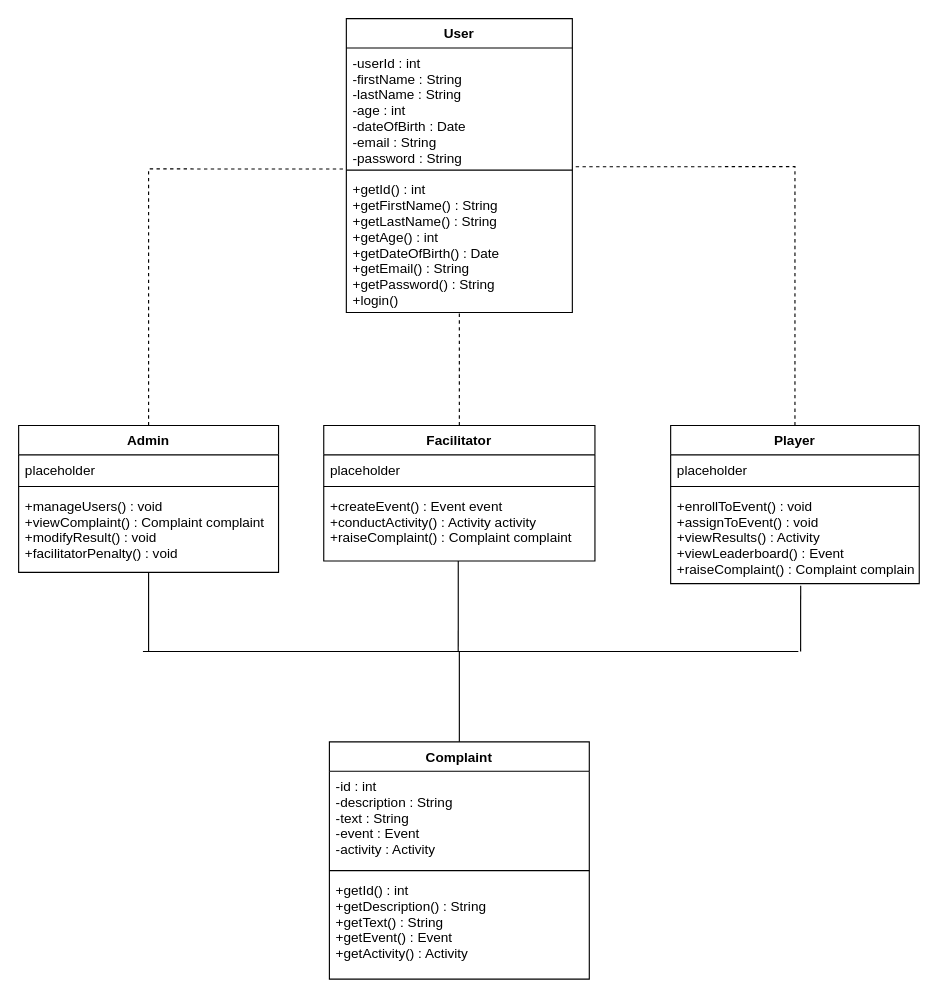
Before: Andrei/Users class diagram.drawio in Leonathal/MSS-ASS, a draw.io diagram. Source tidied: cells renumbered, new cells numbered last; positions are measured from the earlier drawing's top-left corner, leaving out a move shared by most shapes. Both pictures are drawn from the tidied source at 113%, with x=0, y=0 at pixel (18, 18).
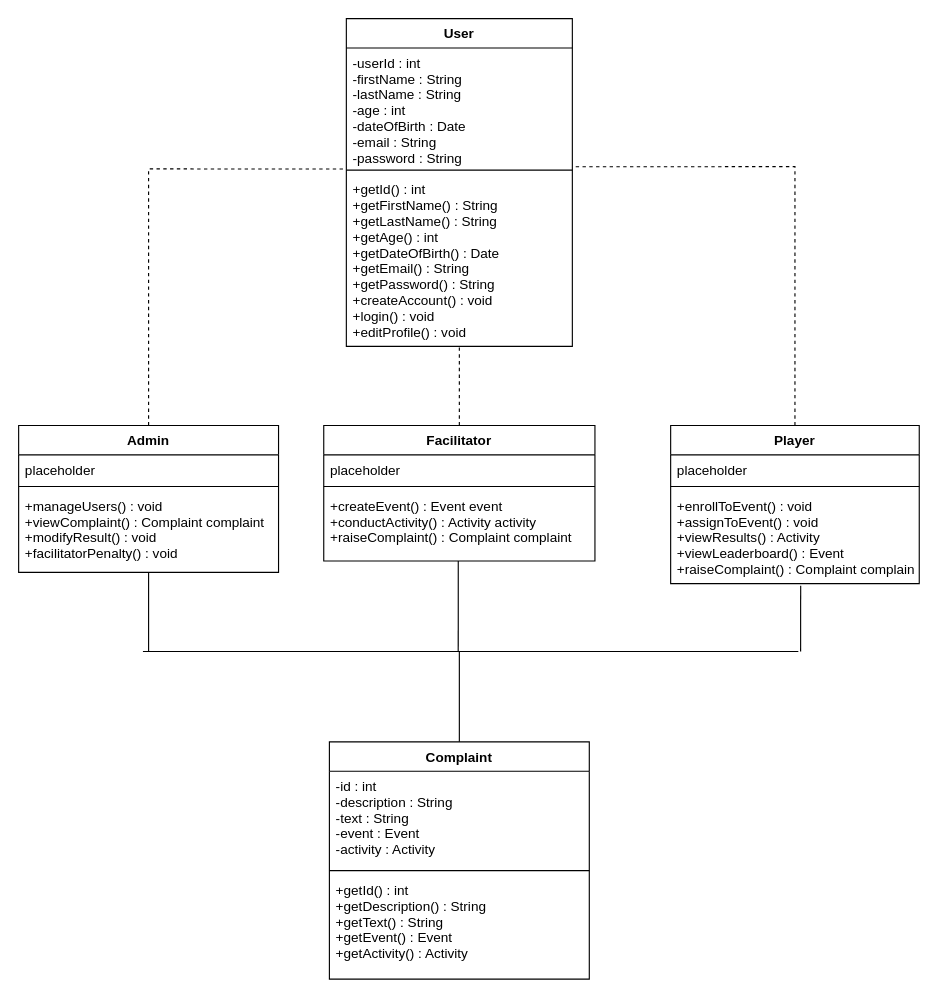
Above is the later version.

Commit message (it also covers changes not shown here):
Added User use case diagram and modified Users class diagram

Diff of the diagram source:
```diff
@@
     <mxCell id="2" value="User" style="swimlane;fontStyle=1;align=center;verticalAlign=top;horizontal=1;startSize=26;" parent="1" vertex="1">
-      <mxGeometry x="290" width="200" height="260" as="geometry" />
+      <mxGeometry x="290" width="200" height="290" as="geometry" />
     </mxCell>
@@
-    <mxCell id="5" value="+getId() : int&#10;+getFirstName() : String&#10;+getLastName() : String&#10;+getAge() : int&#10;+getDateOfBirth() : Date&#10;+getEmail() : String&#10;+getPassword() : String&#10;+login()" style="text;strokeColor=none;fillColor=none;align=left;verticalAlign=top;spacingLeft=4;spacingRight=4;overflow=hidden;points=[[0,0.5],[1,0.5]];portConstraint=eastwest;" parent="2" vertex="1">
-      <mxGeometry y="138" width="200" height="122" as="geometry" />
+    <mxCell id="5" value="+getId() : int&#10;+getFirstName() : String&#10;+getLastName() : String&#10;+getAge() : int&#10;+getDateOfBirth() : Date&#10;+getEmail() : String&#10;+getPassword() : String&#10;+createAccount() : void&#10;+login() : void&#10;+editProfile() : void" style="text;strokeColor=none;fillColor=none;align=left;verticalAlign=top;spacingLeft=4;spacingRight=4;overflow=hidden;points=[[0,0.5],[1,0.5]];portConstraint=eastwest;" parent="2" vertex="1">
+      <mxGeometry y="138" width="200" height="152" as="geometry" />
     </mxCell>
```
